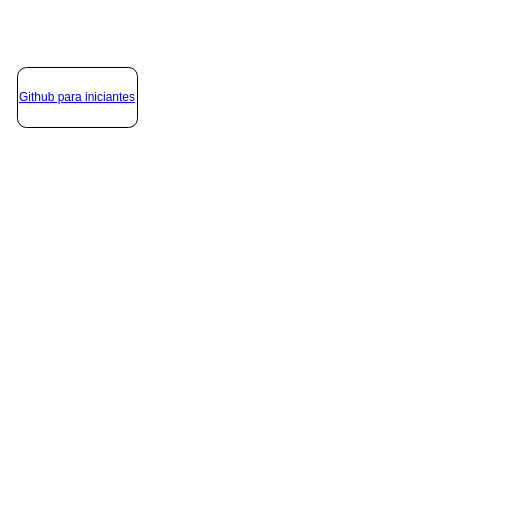
Earlier version of the draw.io diagram Learning Path - Automatizador.drawio (atomicsolutions/leaning-path). Source tidied: cells renumbered, new cells numbered last; positions are measured from the earlier drawing's top-left corner, leaving out a move shared by most shapes. Both pictures are drawn from the tidied source at 100%, with x=0, y=0 at pixel (17, 67).
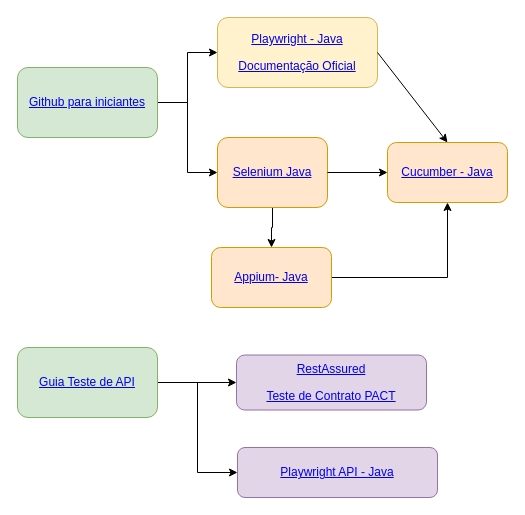
The same diagram, later.

Commit message:
Trilha de automação Java

What changed in the source:
```diff
@@
 <mxGraphModel>
   <root>
     <mxCell id="0" />
     <mxCell id="1" parent="0" />
+    <mxCell id="3" style="edgeStyle=orthogonalEdgeStyle;rounded=0;jettySize=auto;html=1;" parent="1" edge="1" source="2" target="5">
+      <mxGeometry relative="1" as="geometry" />
+    </mxCell>
+    <mxCell id="4" style="edgeStyle=orthogonalEdgeStyle;rounded=0;jettySize=auto;html=1;entryX=0;entryY=0.5;entryDx=0;entryDy=0;" parent="1" edge="1" source="2" target="7">
+      <mxGeometry relative="1" as="geometry" />
+    </mxCell>
-    <mxCell id="2" value="&lt;a target=&quot;_blank&quot; href=&quot;https://www.udemy.com/git-e-github-para-iniciantes/learn/lecture/5120486#overview&quot;&gt;Github para iniciantes&lt;/a&gt;" style="rounded=1;whiteSpace=wrap;html=1;" parent="1" vertex="1">
-      <mxGeometry width="120" height="60" as="geometry" />
+    <mxCell id="2" value="&lt;a target=&quot;_blank&quot; href=&quot;https://www.udemy.com/git-e-github-para-iniciantes/learn/lecture/5120486#overview&quot;&gt;Github para iniciantes&lt;/a&gt;" style="rounded=1;whiteSpace=wrap;html=1;fillColor=#d5e8d4;strokeColor=#82b366;" parent="1" vertex="1">
+      <mxGeometry width="140" height="70" as="geometry" />
     </mxCell>
+    <mxCell id="5" value="&lt;p&gt;&lt;a target=&quot;_blank&quot; href=&quot;https://www.youtube.com/playlist?list=PLFGoYjJG_fqrjcgRUcc2ubbZGtbRcC6W8&quot;&gt;Playwright - Java&lt;/a&gt;&lt;/p&gt;&lt;p&gt;&lt;a target=&quot;_blank&quot; href=&quot;https://playwright.dev/java/&quot;&gt;Documentação Oficial&lt;/a&gt;&lt;/p&gt;" style="rounded=1;whiteSpace=wrap;html=1;fillColor=#fff2cc;strokeColor=#d6b656;" parent="1" vertex="1">
+      <mxGeometry x="200" y="-50" width="160" height="70" as="geometry" />
+    </mxCell>
+    <mxCell id="6" style="edgeStyle=orthogonalEdgeStyle;rounded=0;jettySize=auto;html=1;" parent="1" edge="1" source="7" target="9">
+      <mxGeometry relative="1" as="geometry" />
+    </mxCell>
+    <mxCell id="7" value="&lt;a target=&quot;_blank&quot; href=&quot;https://www.youtube.com/watch?v=ZFOdetBp55U&quot;&gt;Selenium Java&lt;/a&gt;" style="rounded=1;whiteSpace=wrap;html=1;fillColor=#ffe6cc;strokeColor=#d79b00;" parent="1" vertex="1">
+      <mxGeometry x="200" y="70" width="110" height="70" as="geometry" />
+    </mxCell>
+    <mxCell id="8" style="edgeStyle=orthogonalEdgeStyle;rounded=0;jettySize=auto;html=1;" parent="1" edge="1" source="9" target="10">
+      <mxGeometry relative="1" as="geometry" />
+    </mxCell>
+    <mxCell id="9" value="&lt;a target=&quot;_blank&quot; href=&quot;https://www.udemy.com/testes-appium/learn/lecture/9596868#overview&quot;&gt;Appium- Java&lt;/a&gt;" style="rounded=1;whiteSpace=wrap;html=1;fillColor=#ffe6cc;strokeColor=#d79b00;" parent="1" vertex="1">
+      <mxGeometry x="194" y="180" width="120" height="60" as="geometry" />
+    </mxCell>
+    <mxCell id="10" value="&lt;a target=&quot;_blank&quot; href=&quot;https://www.udemy.com/cucumber-java/learn/lecture/9971142#overview&quot;&gt;Cucumber - Java&lt;/a&gt;" style="rounded=1;whiteSpace=wrap;html=1;fillColor=#ffe6cc;strokeColor=#d79b00;" parent="1" vertex="1">
+      <mxGeometry x="370" y="75" width="120" height="60" as="geometry" />
+    </mxCell>
+    <mxCell id="11" style="endArrow=classic;html=1;rounded=0;exitX=1;exitY=0.5;exitDx=0;exitDy=0;entryX=0;entryY=0.5;entryDx=0;entryDy=0;" parent="1" edge="1" source="7" target="10">
+      <mxGeometry relative="1" as="geometry" />
+    </mxCell>
+    <mxCell id="12" style="endArrow=classic;html=1;rounded=0;exitX=1;exitY=0.5;exitDx=0;exitDy=0;entryX=0.5;entryY=0;entryDx=0;entryDy=0;" parent="1" edge="1" source="5" target="10">
+      <mxGeometry relative="1" as="geometry" />
+    </mxCell>
+    <mxCell id="13" style="edgeStyle=orthogonalEdgeStyle;rounded=0;jettySize=auto;html=1;" parent="1" edge="1" source="15" target="16">
+      <mxGeometry relative="1" as="geometry" />
+    </mxCell>
+    <mxCell id="14" style="edgeStyle=orthogonalEdgeStyle;rounded=0;jettySize=auto;html=1;entryX=0;entryY=0.5;entryDx=0;entryDy=0;" parent="1" edge="1" source="15" target="17">
+      <mxGeometry relative="1" as="geometry" />
+    </mxCell>
+    <mxCell id="15" value="&lt;a target=&quot;_blank&quot; href=&quot;https://www.youtube.com/playlist?list=PLf8x7B3nFTl17WeEVj405tHlstiq1kNBX&quot;&gt;Guia Teste de API&lt;/a&gt;" style="rounded=1;whiteSpace=wrap;html=1;fillColor=#d5e8d4;strokeColor=#82b366;" parent="1" vertex="1">
+      <mxGeometry y="280" width="140" height="70" as="geometry" />
+    </mxCell>
+    <mxCell id="16" value="&lt;p&gt;&lt;a target=&quot;_blank&quot; href=&quot;https://www.udemy.com/course/testando-api-rest-com-rest-assured/learn/lecture/14737850#overview&quot;&gt;RestAssured&lt;/a&gt;&lt;/p&gt;&lt;p&gt;&lt;a target=&quot;_blank&quot; href=&quot;https://www.udemy.com/course/testes-de-contrato-em-java-com-pact/&quot;&gt;Teste de Contrato PACT&lt;/a&gt;&lt;/p&gt;" style="rounded=1;whiteSpace=wrap;html=1;fillColor=#e1d5e7;strokeColor=#9673a6;" parent="1" vertex="1">
+      <mxGeometry x="219" y="287.5" width="190" height="55" as="geometry" />
+    </mxCell>
+    <mxCell id="17" value="&lt;a target=&quot;_blank&quot; href=&quot;https://www.youtube.com/playlist?list=PLFGoYjJG_fqpkA13xItqpyr5CXu3HEDkj&quot;&gt;Playwright API - Java&lt;/a&gt;" style="rounded=1;whiteSpace=wrap;html=1;fillColor=#e1d5e7;strokeColor=#9673a6;" parent="1" vertex="1">
+      <mxGeometry x="220" y="380" width="200" height="50" as="geometry" />
+    </mxCell>
   </root>
 </mxGraphModel>
```
